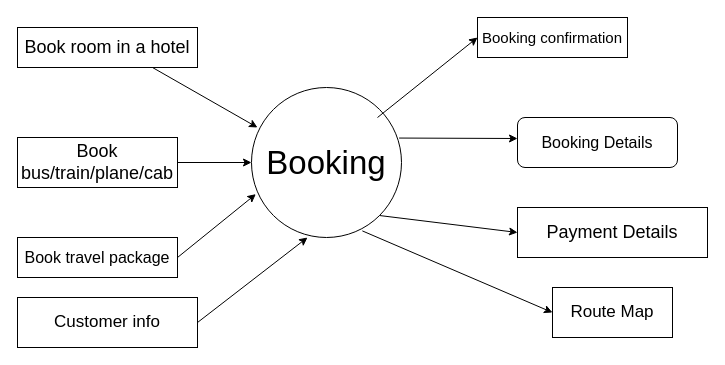
The draw.io diagram DFD.drawio in bidya01/Programs, before the edit. Source tidied: cells renumbered, new cells numbered last; positions are measured from the earlier drawing's top-left corner, leaving out a move shared by most shapes. Both pictures are drawn from the tidied source at 100%, with x=0, y=0 at pixel (17, 17).
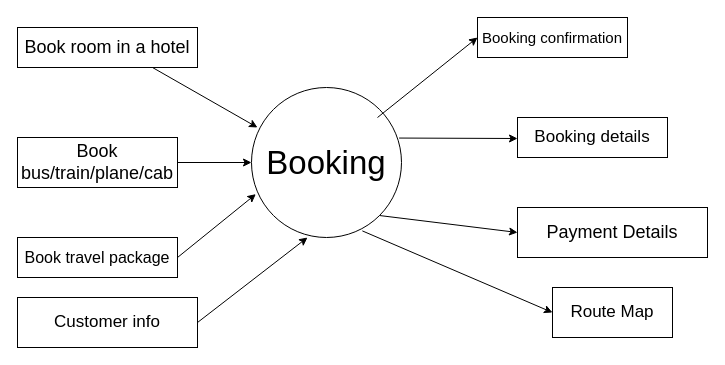
The same diagram, later.

Change to the diagram source:
```diff
@@
-    <mxCell id="11" value="&lt;font style=&quot;font-size: 16px&quot;&gt;Booking Details&lt;/font&gt;" style="rounded=1;whiteSpace=wrap;html=1;" parent="1" vertex="1">
-      <mxGeometry x="500" y="100" width="160" height="50" as="geometry" />
-    </mxCell>
@@
+    <mxCell id="19" value="&lt;font style=&quot;font-size: 17px&quot;&gt;Booking details&lt;/font&gt;" style="rounded=0;whiteSpace=wrap;html=1;" parent="1" vertex="1">
+      <mxGeometry x="500" y="100" width="150" height="40" as="geometry" />
+    </mxCell>
```
